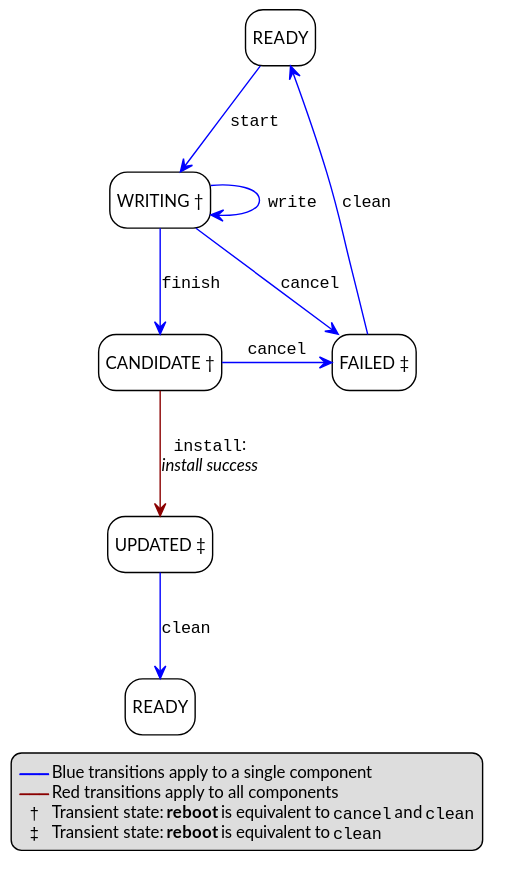
Before: doc/fwu/figure/states/no-reboot-no-trial-volatile.svg, a diagram exported from PlantUML (ARM-software/psa-api). Its source is kept beside it as doc/fwu/figure/states/no-reboot-no-trial-volatile.puml.
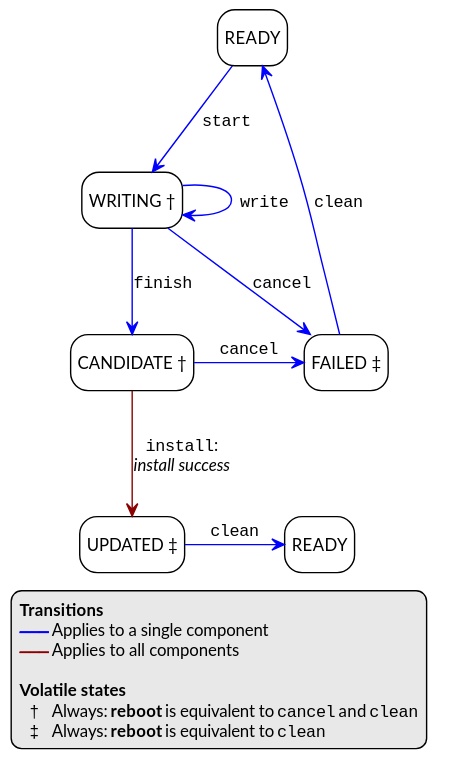
Above is the later version.

The edit, as a diff of the source:
```diff
@@ -4,11 +4,14 @@
 
 skinparam LegendFontSize 12
 
-legend bottom
-  <color:blue>--""———""--</color> Blue transitions apply to a single component
-  <color:darkred>--""———""--</color> Red transitions apply to all components
-  "" † "" Transient state: **reboot** is equivalent to ""cancel"" and ""clean""
-  "" ‡ "" Transient state: **reboot** is equivalent to ""clean""
+legend
+  **Transitions**
+  <color:blue>--""———""--</color> Applies to a single component
+  <color:darkred>--""———""--</color> Applies to all components
+
+  **Volatile states**
+  "" † "" Always: **reboot** is equivalent to ""cancel"" and ""clean""
+  "" ‡ "" Always: **reboot** is equivalent to ""clean""
 end legend
 
 state Start as "READY"
@@ -21,12 +24,12 @@
 Start -[#blue]-> Writing : ""start""
 Writing -[#blue]-> Writing : ""write""
 Writing -[#blue]-> Candidate : ""finish""
-Writing -d[#blue]-> Failed : ""cancel""
+Writing -[#blue]-> Failed : ""cancel""
 Candidate -[#darkred]-> Updated : ""install"":\n//install success//
 Candidate -r[#blue]-> Failed : ""cancel""
 
 Failed -u[#blue]-> Start: ""clean""
 
-Updated -[#blue]-> End : ""clean""
+Updated -r[#blue]-> End : ""clean""
 
 @enduml
```
